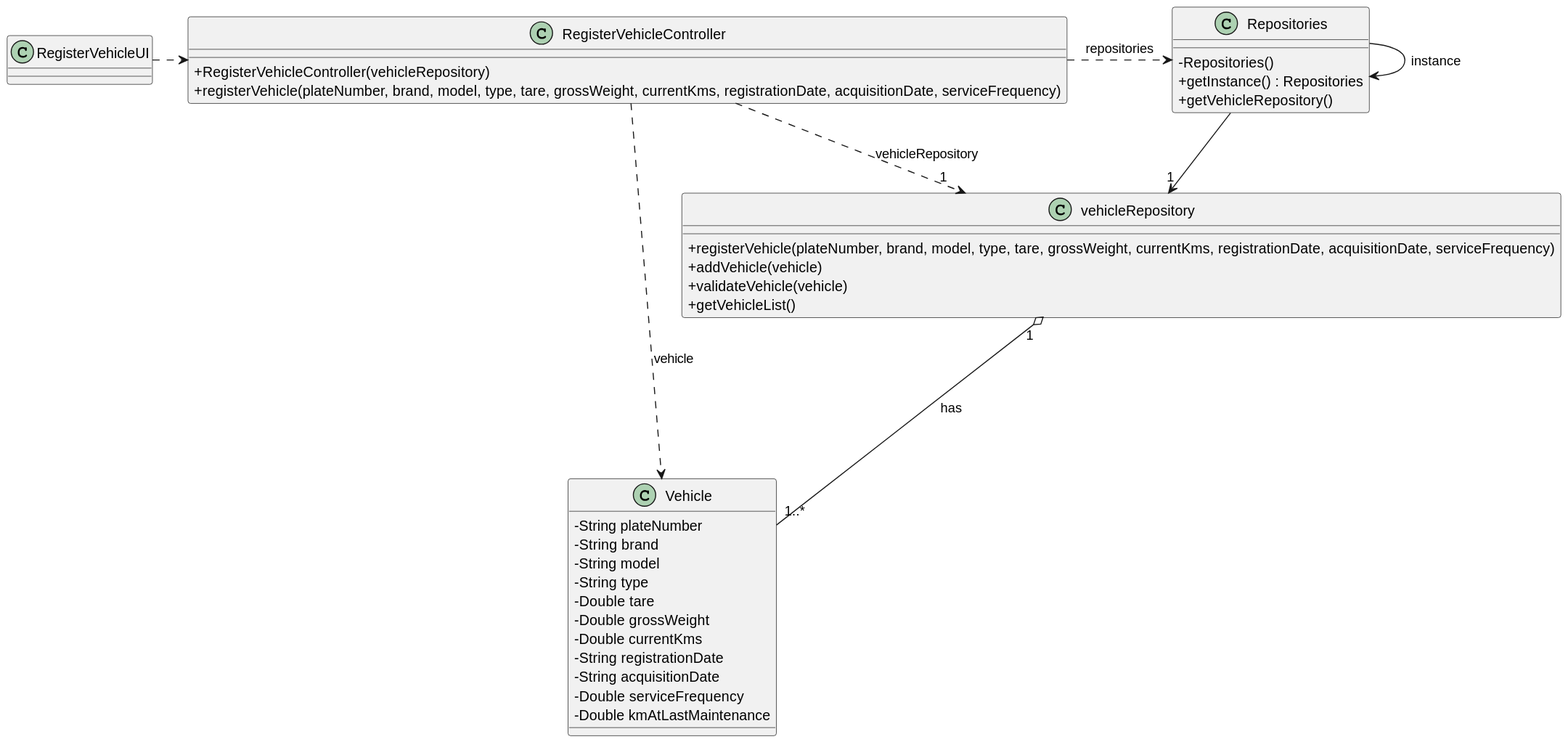
This is docs/sprintC/us020/03.design/svg/us020-class-diagram.svg from diogoveirospro/lei-24-s2-1dg-g072, a PlantUML export, as it was before one commit.
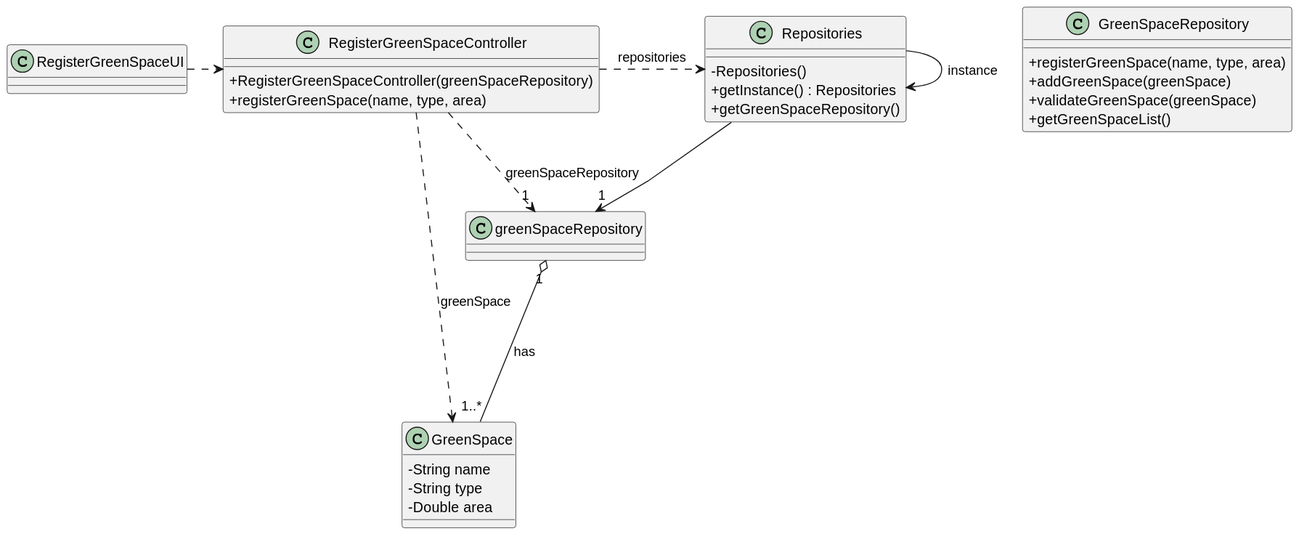
The same diagram one commit later.

What changed in the source:
```diff
@@ -9,50 +9,40 @@
 class Repositories {
     - Repositories()
     + getInstance() : Repositories
-    + getVehicleRepository()
+    + getGreenSpaceRepository()
 }
 
-class RegisterVehicleController {
-    + RegisterVehicleController(vehicleRepository)
-    + registerVehicle(plateNumber, brand, model, type, tare, grossWeight, currentKms, registrationDate, acquisitionDate, serviceFrequency)
+class RegisterGreenSpaceController {
+    + RegisterGreenSpaceController(greenSpaceRepository)
+    + registerGreenSpace(name, type, area)
 }
 
-class vehicleRepository{
-    + registerVehicle(plateNumber, brand, model, type, tare, grossWeight, currentKms, registrationDate, acquisitionDate, serviceFrequency)
-    + addVehicle(vehicle)
-    + validateVehicle(vehicle)
-    + getVehicleList()
+class GreenSpaceRepository{
+    + registerGreenSpace(name, type, area)
+    + addGreenSpace(greenSpace)
+    + validateGreenSpace(greenSpace)
+    + getGreenSpaceList()
 }
 
-class RegisterVehicleUI {
+class RegisterGreenSpaceUI {
 }
 
-class Vehicle{
-    - String plateNumber
-    - String brand
-    - String model
+class GreenSpace{
+    - String name
     - String type
-    - Double tare
-    - Double grossWeight
-    - Double currentKms
-    - String registrationDate
-    - String acquisitionDate
-    - Double serviceFrequency
-    - Double kmAtLastMaintenance
-
+    - Double area
 }
 
 Repositories -> Repositories : instance
 
-RegisterVehicleUI .> RegisterVehicleController
-RegisterVehicleController .> "1" vehicleRepository : vehicleRepository
+RegisterGreenSpaceUI .> RegisterGreenSpaceController
+RegisterGreenSpaceController .> "1" greenSpaceRepository : greenSpaceRepository
 
+Repositories --> "1" greenSpaceRepository
 
-Repositories --> "1" vehicleRepository
+RegisterGreenSpaceController .> Repositories : repositories
 
-RegisterVehicleController .> Repositories : repositories
+greenSpaceRepository "1" o--- "1..*"GreenSpace : has
 
-vehicleRepository "1" o--- "1..*"Vehicle : has
-
-RegisterVehicleController .> Vehicle : vehicle
+RegisterGreenSpaceController .> GreenSpace : greenSpace
 @enduml
```
